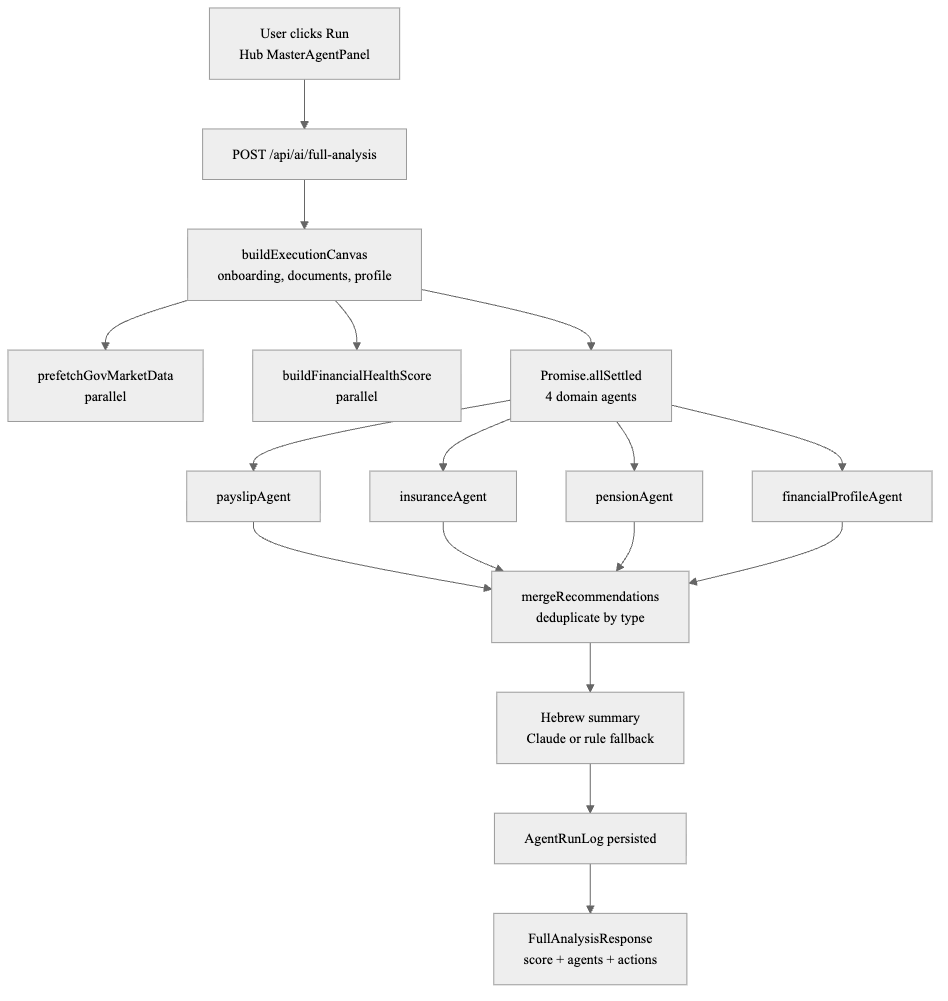
ofek1210/FinGuide keeps this Mermaid diagram as Final_Project_Book/figures/fig05-multi-agent.png. Above is the earlier version. Its source is kept beside it as Final_Project_Book/figures/src/fig05-multi-agent.mmd.
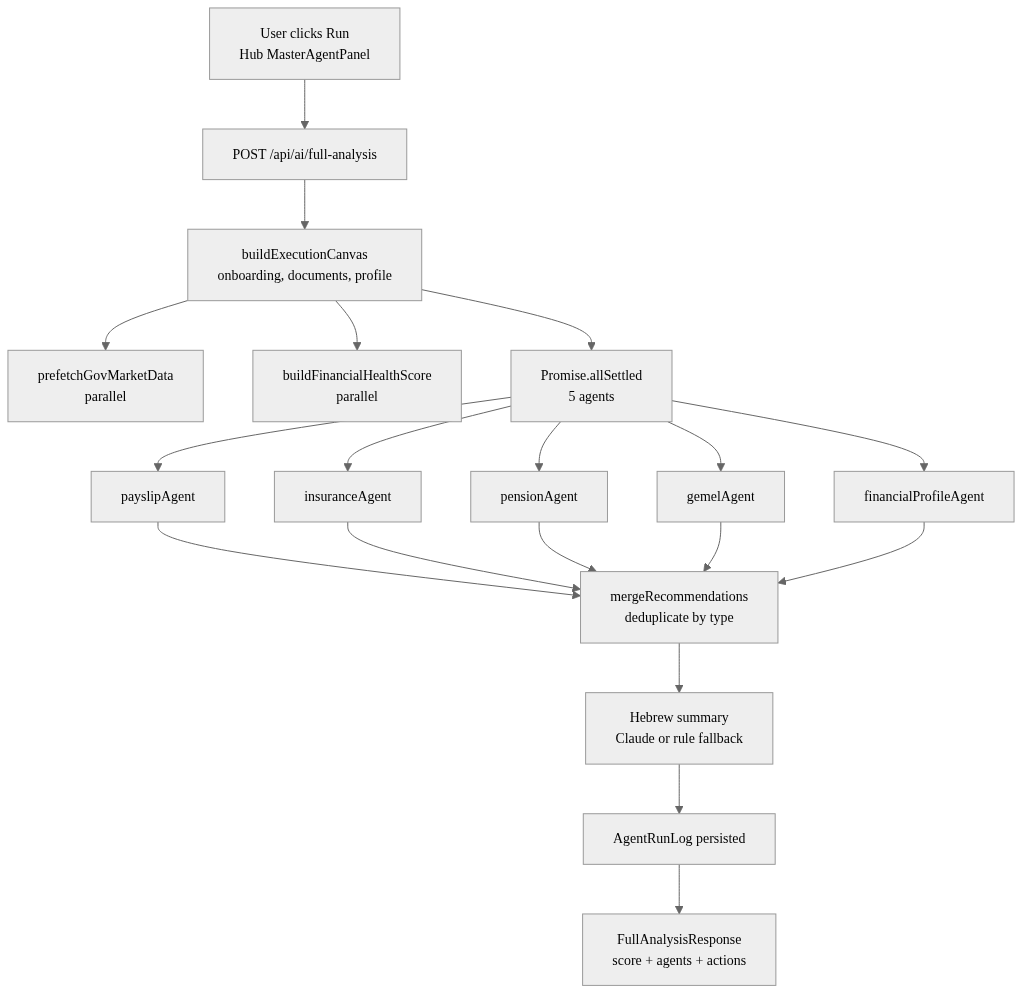
Above is the later version.

The edit, as a diff of the source:
```diff
@@ -4,10 +4,11 @@
   Canvas["buildExecutionCanvas\nonboarding, documents, profile"]
   Prefetch["prefetchGovMarketData\nparallel"]
   Score["buildFinancialHealthScore\nparallel"]
-  Agents["Promise.allSettled\n4 domain agents"]
+  Agents["Promise.allSettled\n5 agents"]
   Payslip["payslipAgent"]
   Insurance["insuranceAgent"]
   Pension["pensionAgent"]
+  Gemel["gemelAgent"]
   Profile["financialProfileAgent"]
   Merge["mergeRecommendations\ndeduplicate by type"]
   Summary["Hebrew summary\nClaude or rule fallback"]
@@ -21,9 +22,11 @@
   Agents --> Payslip
   Agents --> Insurance
   Agents --> Pension
+  Agents --> Gemel
   Agents --> Profile
   Payslip --> Merge
   Insurance --> Merge
   Pension --> Merge
+  Gemel --> Merge
   Profile --> Merge
   Merge --> Summary --> Log --> Response
```
